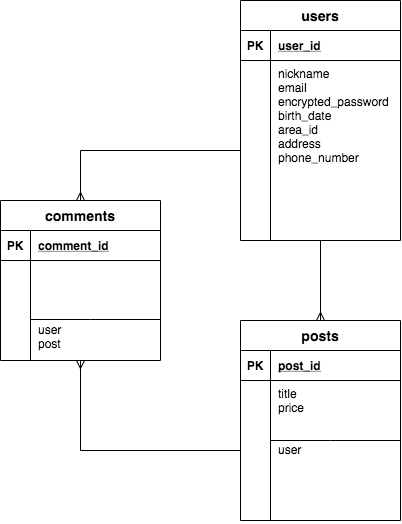
Earlier version of the draw.io export .drawio.png (maxtanabe/suketto). Source tidied: cells renumbered, new cells last; positions are measured from the earlier drawing's top-left corner, leaving out a move shared by most shapes.
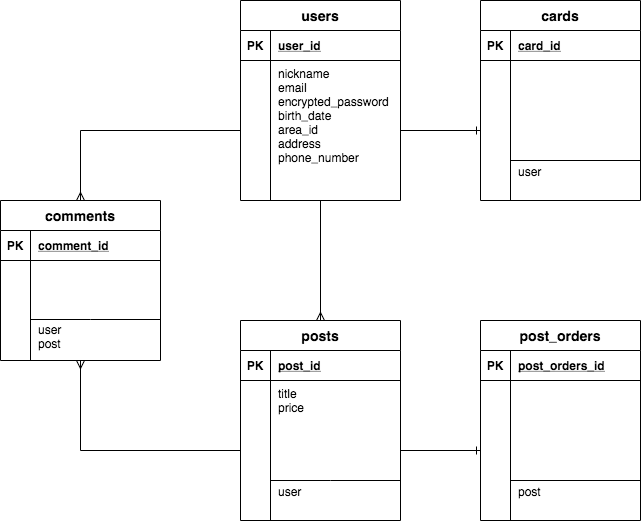
The same file after the commit.

The edit, as a diff of the source:
```diff
@@ -3,7 +3,7 @@
     <mxCell id="0" />
     <mxCell id="1" parent="0" />
     <mxCell id="2" value="users" style="shape=table;startSize=30;rowLines=0;fontStyle=1;align=center;fontSize=14;" parent="1" vertex="1">
-      <mxGeometry x="240" width="160" height="240" as="geometry" />
+      <mxGeometry x="240" width="160" height="200" as="geometry" />
     </mxCell>
     <mxCell id="3" style="shape=partialRectangle;fillColor=none;top=0;left=0;bottom=1;right=0;" parent="2" vertex="1">
       <mxGeometry y="30" width="160" height="30" as="geometry" />
@@ -15,13 +15,13 @@
       <mxGeometry x="30" width="130" height="30" as="geometry" />
     </mxCell>
     <mxCell id="6" style="shape=partialRectangle;fillColor=none;top=0;left=0;bottom=0;right=0;points=[[0,0.5],[1,0.5]];portConstraint=eastwest;" parent="2" vertex="1">
-      <mxGeometry y="60" width="160" height="180" as="geometry" />
+      <mxGeometry y="60" width="160" height="140" as="geometry" />
     </mxCell>
     <mxCell id="7" style="shape=partialRectangle;fillColor=none;top=0;left=0;bottom=0;right=0;overflow=hidden;" parent="6" vertex="1">
-      <mxGeometry width="30" height="180" as="geometry" />
+      <mxGeometry width="30" height="140" as="geometry" />
     </mxCell>
     <mxCell id="8" value="nickname&#10;email&#10;encrypted_password&#10;birth_date&#10;area_id&#10;address&#10;phone_number" style="shape=partialRectangle;fillColor=none;top=0;left=0;bottom=0;right=0;align=left;spacingLeft=6;overflow=hidden;horizontal=1;verticalAlign=top;" parent="6" vertex="1">
-      <mxGeometry x="30" width="130" height="180" as="geometry" />
+      <mxGeometry x="30" width="130" height="140" as="geometry" />
     </mxCell>
     <mxCell id="9" style="edgeStyle=orthogonalEdgeStyle;rounded=0;jettySize=auto;html=1;endArrow=ERmany;endFill=0;entryX=0.5;entryY=0;entryDx=0;entryDy=0;" parent="1" edge="1" source="2" target="10">
       <mxGeometry relative="1" as="geometry" />
@@ -44,15 +44,15 @@
     <mxCell id="15" style="shape=partialRectangle;fillColor=none;top=0;left=0;bottom=0;right=0;overflow=hidden;" parent="14" vertex="1">
       <mxGeometry width="30" height="140" as="geometry" />
     </mxCell>
-    <mxCell id="16" value="title&#10;price&#10;&#10;&#10;user" style="shape=partialRectangle;fillColor=none;top=0;left=0;bottom=0;right=0;align=left;spacingLeft=6;overflow=hidden;horizontal=1;verticalAlign=top;" parent="14" vertex="1">
+    <mxCell id="16" value="title&#10;price&#10;&#10;&#10;&#10;&#10;&#10;user" style="shape=partialRectangle;fillColor=none;top=0;left=0;bottom=0;right=0;align=left;spacingLeft=6;overflow=hidden;horizontal=1;verticalAlign=top;" parent="14" vertex="1">
       <mxGeometry x="30" width="130" height="140" as="geometry" />
     </mxCell>
     <mxCell id="17" style="endArrow=none;html=1;rounded=0;" parent="1" edge="1">
       <mxGeometry relative="1" as="geometry">
-        <mxPoint x="270" y="440" as="sourcePoint" />
-        <mxPoint x="400" y="440" as="targetPoint" />
+        <mxPoint x="270" y="480" as="sourcePoint" />
+        <mxPoint x="400" y="480" as="targetPoint" />
         <Array as="points">
-          <mxPoint x="330" y="440" />
+          <mxPoint x="330" y="480" />
         </Array>
       </mxGeometry>
     </mxCell>
@@ -92,5 +92,68 @@
     <mxCell id="27" style="edgeStyle=orthogonalEdgeStyle;rounded=0;jettySize=auto;html=1;exitX=0;exitY=0.5;exitDx=0;exitDy=0;endArrow=ERmany;endFill=0;" parent="1" edge="1" source="14" target="18">
       <mxGeometry relative="1" as="geometry" />
     </mxCell>
+    <mxCell id="28" value="cards" style="shape=table;startSize=30;rowLines=0;fontStyle=1;align=center;fontSize=14;" parent="1" vertex="1">
+      <mxGeometry x="480" width="160" height="200" as="geometry" />
+    </mxCell>
+    <mxCell id="29" style="shape=partialRectangle;fillColor=none;top=0;left=0;bottom=1;right=0;" parent="28" vertex="1">
+      <mxGeometry y="30" width="160" height="30" as="geometry" />
+    </mxCell>
+    <mxCell id="30" value="PK" style="shape=partialRectangle;fillColor=none;top=0;left=0;bottom=0;right=0;fontStyle=1;overflow=hidden;" parent="29" vertex="1">
+      <mxGeometry width="30" height="30" as="geometry" />
+    </mxCell>
+    <mxCell id="31" value="card_id" style="shape=partialRectangle;fillColor=none;top=0;left=0;bottom=0;right=0;align=left;spacingLeft=6;fontStyle=5;overflow=hidden;" parent="29" vertex="1">
+      <mxGeometry x="30" width="130" height="30" as="geometry" />
+    </mxCell>
+    <mxCell id="32" style="shape=partialRectangle;fillColor=none;top=0;left=0;bottom=0;right=0;" parent="28" vertex="1">
+      <mxGeometry y="60" width="160" height="140" as="geometry" />
+    </mxCell>
+    <mxCell id="33" style="shape=partialRectangle;fillColor=none;top=0;left=0;bottom=0;right=0;overflow=hidden;" parent="32" vertex="1">
+      <mxGeometry width="30" height="140" as="geometry" />
+    </mxCell>
+    <mxCell id="34" value="&#10;&#10;&#10;&#10;&#10;&#10;&#10;user" style="shape=partialRectangle;fillColor=none;top=0;left=0;bottom=0;right=0;align=left;spacingLeft=6;overflow=hidden;horizontal=1;verticalAlign=top;" parent="32" vertex="1">
+      <mxGeometry x="30" width="130" height="140" as="geometry" />
+    </mxCell>
+    <mxCell id="35" value="post_orders" style="shape=table;startSize=30;rowLines=0;fontStyle=1;align=center;fontSize=14;" parent="1" vertex="1">
+      <mxGeometry x="480" y="320" width="160" height="200" as="geometry" />
+    </mxCell>
+    <mxCell id="36" style="shape=partialRectangle;fillColor=none;top=0;left=0;bottom=1;right=0;" parent="35" vertex="1">
+      <mxGeometry y="30" width="160" height="30" as="geometry" />
+    </mxCell>
+    <mxCell id="37" value="PK" style="shape=partialRectangle;fillColor=none;top=0;left=0;bottom=0;right=0;fontStyle=1;overflow=hidden;" parent="36" vertex="1">
+      <mxGeometry width="30" height="30" as="geometry" />
+    </mxCell>
+    <mxCell id="38" value="post_orders_id" style="shape=partialRectangle;fillColor=none;top=0;left=0;bottom=0;right=0;align=left;spacingLeft=6;fontStyle=5;overflow=hidden;" parent="36" vertex="1">
+      <mxGeometry x="30" width="130" height="30" as="geometry" />
+    </mxCell>
+    <mxCell id="39" style="shape=partialRectangle;fillColor=none;top=0;left=0;bottom=0;right=0;points=[[0,0.5],[1,0.5]];portConstraint=eastwest;" parent="35" vertex="1">
+      <mxGeometry y="60" width="160" height="140" as="geometry" />
+    </mxCell>
+    <mxCell id="40" style="shape=partialRectangle;fillColor=none;top=0;left=0;bottom=0;right=0;overflow=hidden;" parent="39" vertex="1">
+      <mxGeometry width="30" height="140" as="geometry" />
+    </mxCell>
+    <mxCell id="41" value="&#10;&#10;&#10;&#10;&#10;&#10;&#10;post" style="shape=partialRectangle;fillColor=none;top=0;left=0;bottom=0;right=0;align=left;spacingLeft=6;overflow=hidden;horizontal=1;verticalAlign=top;" parent="39" vertex="1">
+      <mxGeometry x="30" width="130" height="140" as="geometry" />
+    </mxCell>
+    <mxCell id="42" style="endArrow=none;html=1;rounded=0;" parent="1" edge="1">
+      <mxGeometry relative="1" as="geometry">
+        <mxPoint x="510" y="160" as="sourcePoint" />
+        <mxPoint x="640" y="160" as="targetPoint" />
+      </mxGeometry>
+    </mxCell>
+    <mxCell id="43" style="endArrow=none;html=1;rounded=0;" parent="1" edge="1">
+      <mxGeometry relative="1" as="geometry">
+        <mxPoint x="510" y="480" as="sourcePoint" />
+        <mxPoint x="640" y="480" as="targetPoint" />
+      </mxGeometry>
+    </mxCell>
+    <mxCell id="44" style="edgeStyle=orthogonalEdgeStyle;rounded=0;jettySize=auto;html=1;endArrow=ERone;endFill=0;entryX=0;entryY=0.5;entryDx=0;entryDy=0;" parent="1" edge="1" source="14" target="39">
+      <mxGeometry relative="1" as="geometry" />
+    </mxCell>
+    <mxCell id="45" style="edgeStyle=orthogonalEdgeStyle;rounded=0;orthogonalLoop=1;jettySize=auto;html=1;endArrow=ERone;endFill=0;entryX=0;entryY=0.5;entryDx=0;entryDy=0;" parent="1" edge="1">
+      <mxGeometry relative="1" as="geometry">
+        <mxPoint x="400" y="130" as="sourcePoint" />
+        <mxPoint x="480" y="130" as="targetPoint" />
+      </mxGeometry>
+    </mxCell>
   </root>
 </mxGraphModel>
```
